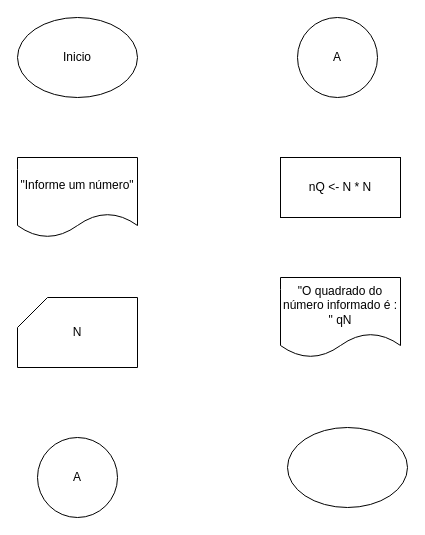
Before: Flux_AlgQuadrado.drawio in Evalldo/Fluxogramas, a draw.io diagram. Source tidied: cells renumbered, new cells numbered last; positions are measured from the earlier drawing's top-left corner, leaving out a move shared by most shapes. Both pictures are drawn from the tidied source at 100%, with x=0, y=0 at pixel (17, 17).
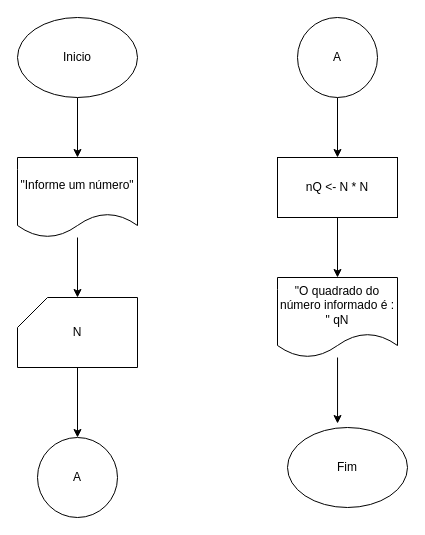
The same page after the edit.

Change to the diagram source:
```diff
@@
 <mxGraphModel>
   <root>
     <mxCell id="0" />
     <mxCell id="1" parent="0" />
+    <mxCell id="10" style="edgeStyle=orthogonalEdgeStyle;rounded=0;jettySize=auto;html=1;entryX=0.5;entryY=0;entryDx=0;entryDy=0;" parent="1" edge="1" source="2" target="3">
+      <mxGeometry relative="1" as="geometry" />
+    </mxCell>
     <mxCell id="2" value="Inicio" style="ellipse;whiteSpace=wrap;html=1;" parent="1" vertex="1">
       <mxGeometry width="120" height="80" as="geometry" />
     </mxCell>
+    <mxCell id="11" style="edgeStyle=orthogonalEdgeStyle;rounded=0;jettySize=auto;html=1;entryX=0.5;entryY=0;entryDx=0;entryDy=0;entryPerimeter=0;" parent="1" edge="1" source="3" target="4">
+      <mxGeometry relative="1" as="geometry" />
+    </mxCell>
     <mxCell id="3" value="&quot;Informe um número&quot;" style="shape=document;whiteSpace=wrap;html=1;boundedLbl=1;" parent="1" vertex="1">
       <mxGeometry y="140" width="120" height="80" as="geometry" />
     </mxCell>
+    <mxCell id="12" style="edgeStyle=orthogonalEdgeStyle;rounded=0;jettySize=auto;html=1;entryX=0.5;entryY=0;entryDx=0;entryDy=0;" parent="1" edge="1" source="4" target="5">
+      <mxGeometry relative="1" as="geometry" />
+    </mxCell>
     <mxCell id="4" value="N" style="shape=card;whiteSpace=wrap;html=1;" parent="1" vertex="1">
       <mxGeometry y="280" width="120" height="70" as="geometry" />
     </mxCell>
     <mxCell id="5" value="A" style="ellipse;whiteSpace=wrap;html=1;" parent="1" vertex="1">
       <mxGeometry x="20" y="420" width="80" height="80" as="geometry" />
     </mxCell>
+    <mxCell id="13" style="edgeStyle=orthogonalEdgeStyle;rounded=0;jettySize=auto;html=1;entryX=0.5;entryY=0;entryDx=0;entryDy=0;" parent="1" edge="1" source="6" target="7">
+      <mxGeometry relative="1" as="geometry" />
+    </mxCell>
     <mxCell id="6" value="A" style="ellipse;whiteSpace=wrap;html=1;" parent="1" vertex="1">
       <mxGeometry x="280" width="80" height="80" as="geometry" />
     </mxCell>
+    <mxCell id="14" style="edgeStyle=orthogonalEdgeStyle;rounded=0;jettySize=auto;html=1;entryX=0.5;entryY=0;entryDx=0;entryDy=0;" parent="1" edge="1" source="7" target="8">
+      <mxGeometry relative="1" as="geometry" />
+    </mxCell>
     <mxCell id="7" value="nQ &amp;lt;- N * N" style="rounded=0;whiteSpace=wrap;html=1;" parent="1" vertex="1">
-      <mxGeometry x="263" y="140" width="120" height="60" as="geometry" />
+      <mxGeometry x="260" y="140" width="120" height="60" as="geometry" />
     </mxCell>
+    <mxCell id="15" style="edgeStyle=orthogonalEdgeStyle;rounded=0;jettySize=auto;html=1;entryX=0.417;entryY=-0.05;entryDx=0;entryDy=0;entryPerimeter=0;" parent="1" edge="1" source="8" target="9">
+      <mxGeometry relative="1" as="geometry" />
+    </mxCell>
     <mxCell id="8" value="&quot;O quadrado do número informado é : &quot; qN" style="shape=document;whiteSpace=wrap;html=1;boundedLbl=1;" parent="1" vertex="1">
-      <mxGeometry x="263" y="260" width="120" height="80" as="geometry" />
+      <mxGeometry x="260" y="260" width="120" height="80" as="geometry" />
     </mxCell>
-    <mxCell id="9" style="ellipse;whiteSpace=wrap;html=1;" parent="1" vertex="1">
+    <mxCell id="9" value="Fim" style="ellipse;whiteSpace=wrap;html=1;" parent="1" vertex="1">
       <mxGeometry x="270" y="410" width="120" height="80" as="geometry" />
     </mxCell>
   </root>
 </mxGraphModel>
```
